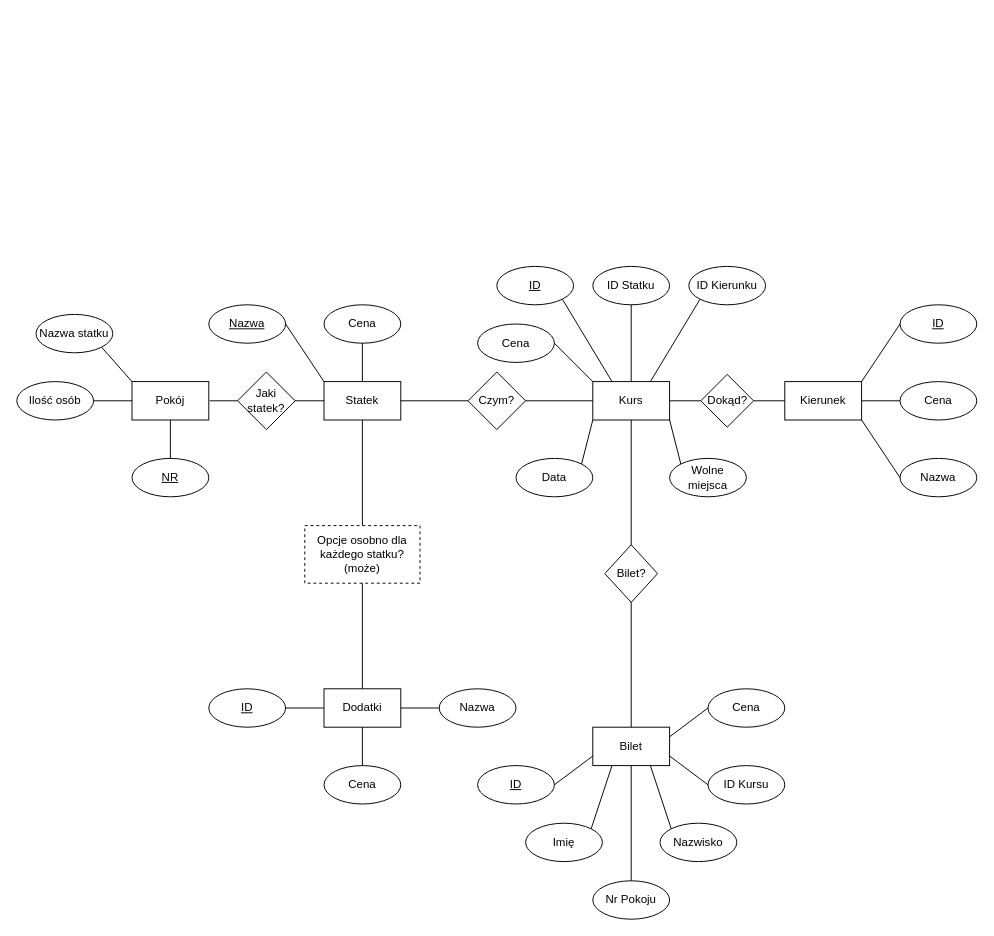
Before: Materiały/graf.drawio in adamik003/SonicMaster, a draw.io diagram. Source tidied: cells renumbered, new cells numbered last; positions are measured from the earlier drawing's top-left corner, leaving out a move shared by most shapes. Both pictures are drawn from the tidied source at 96%, with x=0, y=0 at pixel (16, 266).
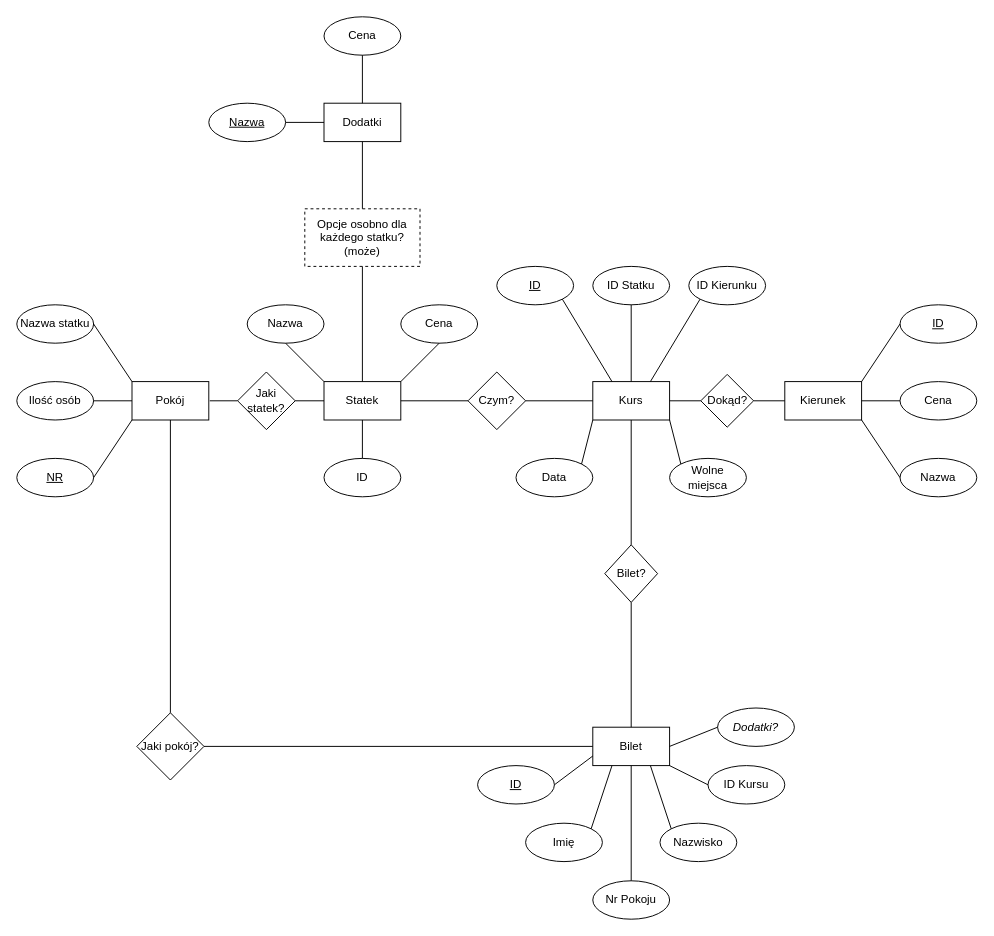
Above is the later version.

Unchanged cells that the change refers to:
```xml
<mxCell id="2" value="Statek" style="rounded=0;whiteSpace=wrap;html=1;" parent="1" vertex="1">
  <mxGeometry x="320" y="120" width="80" height="40" as="geometry" />
</mxCell>
<mxCell id="7" value="Kurs" style="rounded=0;whiteSpace=wrap;html=1;" parent="1" vertex="1">
  <mxGeometry x="600" y="120" width="80" height="40" as="geometry" />
</mxCell>
<mxCell id="23" value="Bilet" style="rounded=0;whiteSpace=wrap;html=1;" parent="1" vertex="1">
  <mxGeometry x="600" y="480" width="80" height="40" as="geometry" />
</mxCell>
<mxCell id="27" value="ID Kursu" style="ellipse;whiteSpace=wrap;html=1;fontStyle=0;" parent="1" vertex="1">
  <mxGeometry x="720" y="520" width="80" height="40" as="geometry" />
</mxCell>
<mxCell id="59" value="Pokój" style="rounded=0;whiteSpace=wrap;html=1;" parent="1" vertex="1">
  <mxGeometry x="120" y="120" width="80" height="40" as="geometry" />
</mxCell>
```

Change to the diagram source:
```diff
@@
-    <mxCell id="3" value="Nazwa" style="ellipse;whiteSpace=wrap;html=1;fontStyle=4;" parent="1" vertex="1">
-      <mxGeometry x="200" y="40" width="80" height="40" as="geometry" />
+    <mxCell id="3" value="Nazwa" style="ellipse;whiteSpace=wrap;html=1;fontStyle=0;strokeColor=default;" parent="1" vertex="1">
+      <mxGeometry x="240" y="40" width="80" height="40" as="geometry" />
     </mxCell>
@@
-    <mxCell id="11" style="endArrow=none;html=1;rounded=0;exitX=0;exitY=0;exitDx=0;exitDy=0;entryX=1;entryY=0.5;entryDx=0;entryDy=0;" parent="1" edge="1" source="2" target="3">
+    <mxCell id="11" style="endArrow=none;html=1;rounded=0;exitX=0;exitY=0;exitDx=0;exitDy=0;entryX=0.5;entryY=1;entryDx=0;entryDy=0;" parent="1" edge="1" source="2" target="3">
       <mxGeometry relative="1" as="geometry" />
     </mxCell>
@@
-    <mxCell id="36" style="endArrow=none;html=1;rounded=0;entryX=1;entryY=0.75;entryDx=0;entryDy=0;exitX=0;exitY=0.5;exitDx=0;exitDy=0;" parent="1" edge="1" source="27" target="23">
-      <mxGeometry relative="1" as="geometry" />
+    <mxCell id="36" style="endArrow=none;html=1;rounded=0;exitX=0;exitY=0.5;exitDx=0;exitDy=0;" parent="1" edge="1" source="27">
+      <mxGeometry relative="1" as="geometry">
+        <mxPoint x="680" y="520" as="targetPoint" />
+      </mxGeometry>
     </mxCell>
-    <mxCell id="37" value="Cena" style="ellipse;whiteSpace=wrap;html=1;fontStyle=0;" parent="1" vertex="1">
-      <mxGeometry x="720" y="440" width="80" height="40" as="geometry" />
-    </mxCell>
-    <mxCell id="38" style="endArrow=none;html=1;rounded=0;entryX=0;entryY=0.5;entryDx=0;entryDy=0;exitX=1;exitY=0.25;exitDx=0;exitDy=0;" parent="1" edge="1" source="23" target="37">
-      <mxGeometry relative="1" as="geometry" />
-    </mxCell>
@@
     <mxCell id="43" value="Dodatki" style="rounded=0;whiteSpace=wrap;html=1;" parent="1" vertex="1">
-      <mxGeometry x="320" y="440" width="80" height="40" as="geometry" />
+      <mxGeometry x="320" y="-170" width="80" height="40" as="geometry" />
     </mxCell>
-    <mxCell id="44" value="ID" style="ellipse;whiteSpace=wrap;html=1;fontStyle=4;" parent="1" vertex="1">
-      <mxGeometry x="200" y="440" width="80" height="40" as="geometry" />
+    <mxCell id="44" value="Nazwa" style="ellipse;whiteSpace=wrap;html=1;fontStyle=4;" parent="1" vertex="1">
+      <mxGeometry x="200" y="-170" width="80" height="40" as="geometry" />
     </mxCell>
-    <mxCell id="45" value="Nazwa" style="ellipse;whiteSpace=wrap;html=1;fontStyle=0;" parent="1" vertex="1">
-      <mxGeometry x="440" y="440" width="80" height="40" as="geometry" />
-    </mxCell>
     <mxCell id="46" value="Cena" style="ellipse;whiteSpace=wrap;html=1;fontStyle=0;" parent="1" vertex="1">
-      <mxGeometry x="320" y="520" width="80" height="40" as="geometry" />
+      <mxGeometry x="320" y="-260" width="80" height="40" as="geometry" />
     </mxCell>
@@
-    <mxCell id="48" style="endArrow=none;html=1;rounded=0;exitX=1;exitY=0.5;exitDx=0;exitDy=0;" parent="1" edge="1" source="43">
-      <mxGeometry relative="1" as="geometry">
-        <mxPoint x="440" y="460" as="targetPoint" />
-      </mxGeometry>
-    </mxCell>
-    <mxCell id="49" style="endArrow=none;html=1;rounded=0;exitX=0.5;exitY=0;exitDx=0;exitDy=0;" parent="1" edge="1" source="46">
+    <mxCell id="49" style="endArrow=none;html=1;rounded=0;exitX=0.5;exitY=1;exitDx=0;exitDy=0;" parent="1" edge="1" source="46">
       <mxGeometry relative="1" as="geometry">
-        <mxPoint x="360" y="480" as="targetPoint" />
+        <mxPoint x="360" y="-170" as="targetPoint" />
       </mxGeometry>
     </mxCell>
     <mxCell id="50" value="Cena" style="ellipse;whiteSpace=wrap;html=1;fontStyle=0;" parent="1" vertex="1">
-      <mxGeometry x="320" y="40" width="80" height="40" as="geometry" />
+      <mxGeometry x="400" y="40" width="80" height="40" as="geometry" />
     </mxCell>
@@
-    <mxCell id="53" style="endArrow=none;html=1;rounded=0;entryX=0.5;entryY=1;entryDx=0;entryDy=0;exitX=0.5;exitY=0;exitDx=0;exitDy=0;" parent="1" edge="1" source="2" target="50">
+    <mxCell id="53" style="endArrow=none;html=1;rounded=0;entryX=0.5;entryY=1;entryDx=0;entryDy=0;exitX=1;exitY=0;exitDx=0;exitDy=0;" parent="1" edge="1" source="2" target="50">
       <mxGeometry relative="1" as="geometry" />
     </mxCell>
     <mxCell id="54" value="Opcje osobno dla każdego statku?&lt;br&gt;(może)" style="rounded=0;whiteSpace=wrap;html=1;dashed=1;" parent="1" vertex="1">
-      <mxGeometry x="300" y="270" width="120" height="60" as="geometry" />
+      <mxGeometry x="300" y="-60" width="120" height="60" as="geometry" />
     </mxCell>
-    <mxCell id="55" style="endArrow=none;html=1;rounded=0;entryX=0.5;entryY=1;entryDx=0;entryDy=0;exitX=0.5;exitY=0;exitDx=0;exitDy=0;" parent="1" edge="1" source="54" target="2">
+    <mxCell id="55" style="endArrow=none;html=1;rounded=0;exitX=0.5;exitY=1;exitDx=0;exitDy=0;entryX=0.5;entryY=0;entryDx=0;entryDy=0;" parent="1" edge="1" source="54" target="2">
       <mxGeometry relative="1" as="geometry" />
     </mxCell>
-    <mxCell id="56" style="endArrow=none;html=1;rounded=0;entryX=0.5;entryY=1;entryDx=0;entryDy=0;exitX=0.5;exitY=0;exitDx=0;exitDy=0;" parent="1" edge="1" source="43" target="54">
-      <mxGeometry relative="1" as="geometry" />
+    <mxCell id="56" style="endArrow=none;html=1;rounded=0;exitX=0.5;exitY=1;exitDx=0;exitDy=0;" parent="1" edge="1" source="43">
+      <mxGeometry relative="1" as="geometry">
+        <mxPoint x="360" y="-60" as="targetPoint" />
+      </mxGeometry>
     </mxCell>
-    <mxCell id="57" value="Cena" style="ellipse;whiteSpace=wrap;html=1;fontStyle=0;" parent="1" vertex="1">
-      <mxGeometry x="480" y="60" width="80" height="40" as="geometry" />
-    </mxCell>
-    <mxCell id="58" style="endArrow=none;html=1;rounded=0;entryX=1;entryY=0.5;entryDx=0;entryDy=0;exitX=0;exitY=0;exitDx=0;exitDy=0;" parent="1" edge="1" source="7" target="57">
-      <mxGeometry relative="1" as="geometry" />
-    </mxCell>
@@
     <mxCell id="63" value="NR" style="ellipse;whiteSpace=wrap;html=1;fontStyle=4;" parent="1" vertex="1">
-      <mxGeometry x="120" y="200" width="80" height="40" as="geometry" />
+      <mxGeometry y="200" width="80" height="40" as="geometry" />
     </mxCell>
-    <mxCell id="64" style="endArrow=none;html=1;rounded=0;exitX=0.5;exitY=1;exitDx=0;exitDy=0;entryX=0.5;entryY=0;entryDx=0;entryDy=0;" parent="1" edge="1" source="59" target="63">
+    <mxCell id="64" style="endArrow=none;html=1;rounded=0;exitX=0;exitY=1;exitDx=0;exitDy=0;entryX=1;entryY=0.5;entryDx=0;entryDy=0;" parent="1" edge="1" source="59" target="63">
       <mxGeometry relative="1" as="geometry" />
     </mxCell>
@@
     <mxCell id="67" value="Nazwa statku" style="ellipse;whiteSpace=wrap;html=1;fontStyle=0;" parent="1" vertex="1">
-      <mxGeometry x="20" y="50" width="80" height="40" as="geometry" />
+      <mxGeometry y="40" width="80" height="40" as="geometry" />
     </mxCell>
-    <mxCell id="68" style="endArrow=none;html=1;rounded=0;exitX=1;exitY=1;exitDx=0;exitDy=0;entryX=0;entryY=0;entryDx=0;entryDy=0;" parent="1" edge="1" source="67" target="59">
+    <mxCell id="68" style="endArrow=none;html=1;rounded=0;exitX=1;exitY=0.5;exitDx=0;exitDy=0;entryX=0;entryY=0;entryDx=0;entryDy=0;" parent="1" edge="1" source="67" target="59">
       <mxGeometry relative="1" as="geometry" />
     </mxCell>
+    <mxCell id="69" value="Jaki pokój?" style="rhombus;whiteSpace=wrap;html=1;" parent="1" vertex="1">
+      <mxGeometry x="125" y="465" width="70" height="70" as="geometry" />
+    </mxCell>
+    <mxCell id="70" style="endArrow=none;html=1;rounded=0;exitX=0.5;exitY=1;exitDx=0;exitDy=0;entryX=0.5;entryY=0;entryDx=0;entryDy=0;" parent="1" edge="1" source="59" target="69">
+      <mxGeometry relative="1" as="geometry" />
+    </mxCell>
+    <mxCell id="71" style="endArrow=none;html=1;rounded=0;exitX=1;exitY=0.5;exitDx=0;exitDy=0;" parent="1" edge="1" source="69">
+      <mxGeometry relative="1" as="geometry">
+        <mxPoint x="600" y="500" as="targetPoint" />
+      </mxGeometry>
+    </mxCell>
+    <mxCell id="72" value="&lt;i&gt;Dodatki?&lt;/i&gt;" style="ellipse;whiteSpace=wrap;html=1;" parent="1" vertex="1">
+      <mxGeometry x="730" y="460" width="80" height="40" as="geometry" />
+    </mxCell>
+    <mxCell id="73" style="endArrow=none;html=1;rounded=0;exitX=1;exitY=0.5;exitDx=0;exitDy=0;entryX=0;entryY=0.5;entryDx=0;entryDy=0;" parent="1" edge="1" source="23" target="72">
+      <mxGeometry relative="1" as="geometry" />
+    </mxCell>
+    <mxCell id="74" value="ID" style="ellipse;whiteSpace=wrap;html=1;fontStyle=0;strokeColor=default;" parent="1" vertex="1">
+      <mxGeometry x="320" y="200" width="80" height="40" as="geometry" />
+    </mxCell>
+    <mxCell id="75" style="endArrow=none;html=1;rounded=0;exitX=0.5;exitY=1;exitDx=0;exitDy=0;entryX=0.5;entryY=0;entryDx=0;entryDy=0;" parent="1" edge="1" source="2" target="74">
+      <mxGeometry relative="1" as="geometry" />
+    </mxCell>
```
